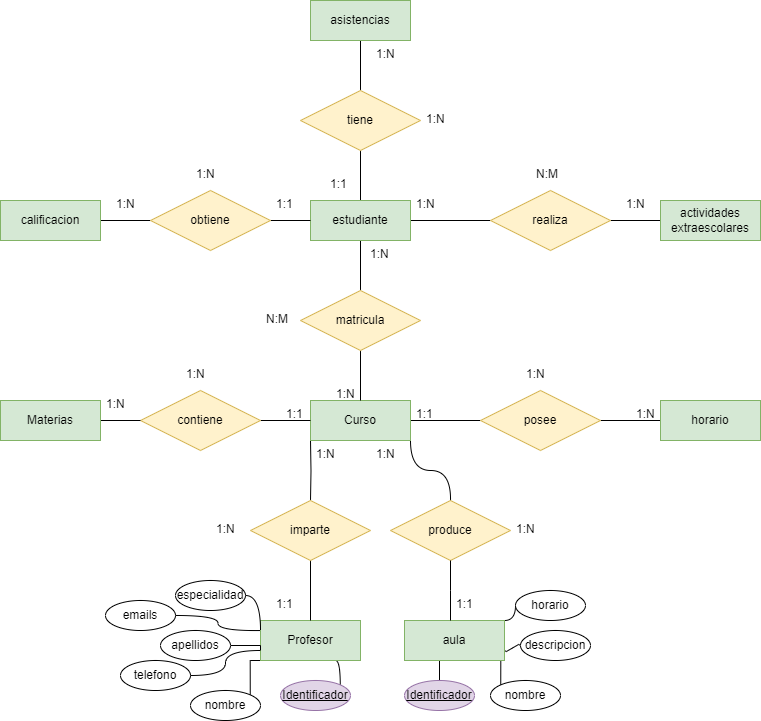
Earlier version of the draw.io export Unidad-1/Tareas/Tarea-8/tarea8.drawio.png (jdrguez/2-Daw). Source tidied: cells renumbered, new cells last; positions are measured from the earlier drawing's top-left corner, leaving out a move shared by most shapes.
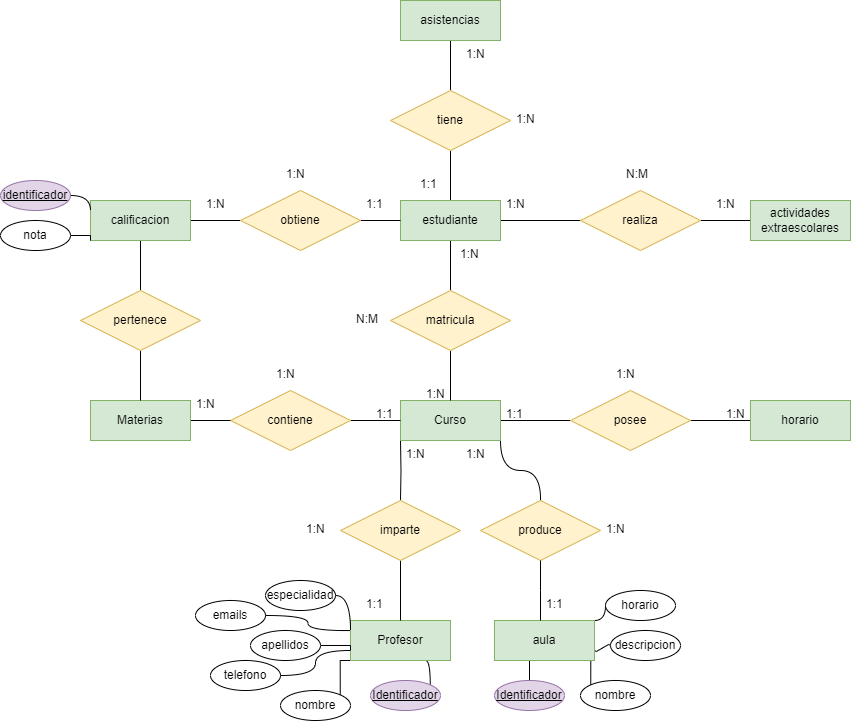
After the commit.

The edit, as a diff of the source:
```diff
@@ -125,6 +125,9 @@
     <mxCell id="40" style="edgeStyle=orthogonalEdgeStyle;rounded=0;jettySize=auto;html=1;exitX=1;exitY=0.5;exitDx=0;exitDy=0;entryX=0;entryY=0.5;entryDx=0;entryDy=0;endArrow=none;endFill=0;" parent="1" edge="1" source="41" target="43">
       <mxGeometry relative="1" as="geometry" />
     </mxCell>
+    <mxCell id="79" style="edgeStyle=orthogonalEdgeStyle;rounded=0;jettySize=auto;html=1;exitX=0.5;exitY=1;exitDx=0;exitDy=0;entryX=0.5;entryY=0;entryDx=0;entryDy=0;endArrow=none;endFill=0;" parent="1" edge="1" source="41" target="81">
+      <mxGeometry relative="1" as="geometry" />
+    </mxCell>
     <mxCell id="41" value="calificacion" style="whiteSpace=wrap;html=1;align=center;fillColor=#d5e8d4;strokeColor=#82b366;" parent="1" vertex="1">
       <mxGeometry y="200" width="100" height="40" as="geometry" />
     </mxCell>
@@ -241,5 +244,23 @@
     <mxCell id="78" value="emails" style="ellipse;whiteSpace=wrap;html=1;align=center;" parent="1" vertex="1">
       <mxGeometry x="105" y="600" width="70" height="30" as="geometry" />
     </mxCell>
+    <mxCell id="80" style="edgeStyle=orthogonalEdgeStyle;rounded=0;jettySize=auto;html=1;exitX=0.5;exitY=1;exitDx=0;exitDy=0;entryX=0.5;entryY=0;entryDx=0;entryDy=0;endArrow=none;endFill=0;" parent="1" edge="1" source="81" target="23">
+      <mxGeometry relative="1" as="geometry" />
+    </mxCell>
+    <mxCell id="81" value="pertenece" style="shape=rhombus;perimeter=rhombusPerimeter;whiteSpace=wrap;html=1;align=center;fillColor=#fff2cc;strokeColor=#d6b656;" parent="1" vertex="1">
+      <mxGeometry x="-10" y="290" width="120" height="60" as="geometry" />
+    </mxCell>
+    <mxCell id="82" style="edgeStyle=orthogonalEdgeStyle;rounded=0;jettySize=auto;html=1;exitX=1;exitY=0.5;exitDx=0;exitDy=0;entryX=0;entryY=0.25;entryDx=0;entryDy=0;endArrow=none;endFill=0;curved=1;" parent="1" edge="1" source="83" target="41">
+      <mxGeometry relative="1" as="geometry" />
+    </mxCell>
+    <mxCell id="83" value="&lt;u&gt;identificador&lt;/u&gt;" style="ellipse;whiteSpace=wrap;html=1;align=center;fillColor=#e1d5e7;strokeColor=#9673a6;" parent="1" vertex="1">
+      <mxGeometry x="-90" y="180" width="70" height="30" as="geometry" />
+    </mxCell>
+    <mxCell id="84" style="edgeStyle=orthogonalEdgeStyle;rounded=0;jettySize=auto;html=1;exitX=1;exitY=0.5;exitDx=0;exitDy=0;entryX=0;entryY=1;entryDx=0;entryDy=0;endArrow=none;endFill=0;" parent="1" edge="1" source="85" target="41">
+      <mxGeometry relative="1" as="geometry" />
+    </mxCell>
+    <mxCell id="85" value="nota" style="ellipse;whiteSpace=wrap;html=1;align=center;" parent="1" vertex="1">
+      <mxGeometry x="-90" y="220" width="70" height="30" as="geometry" />
+    </mxCell>
   </root>
 </mxGraphModel>
```
